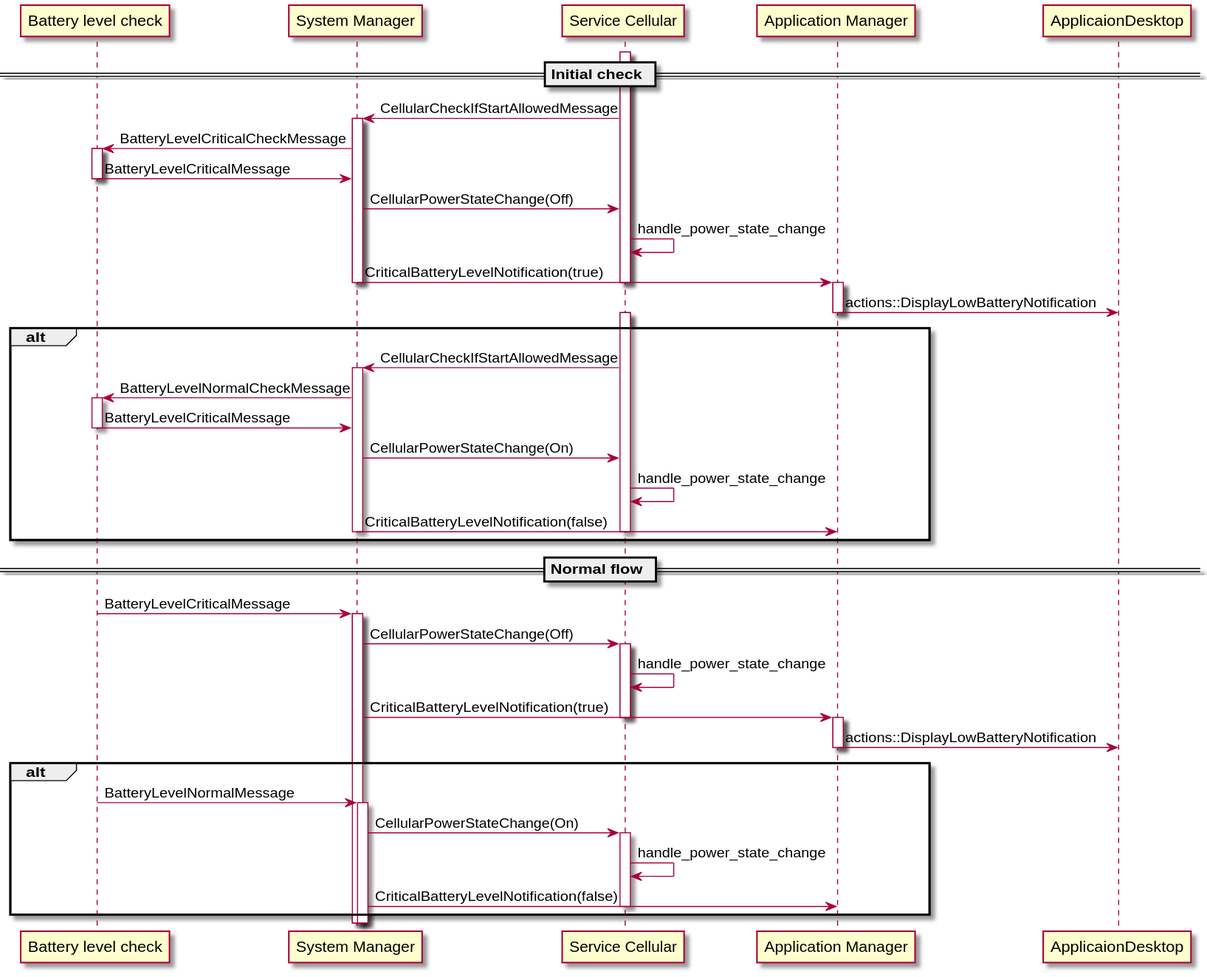
This is module-services/service-cellular/doc/cellular_gsm_onoff_flow.svg from mudita/MuditaOS, a PlantUML export, as it was before one commit.
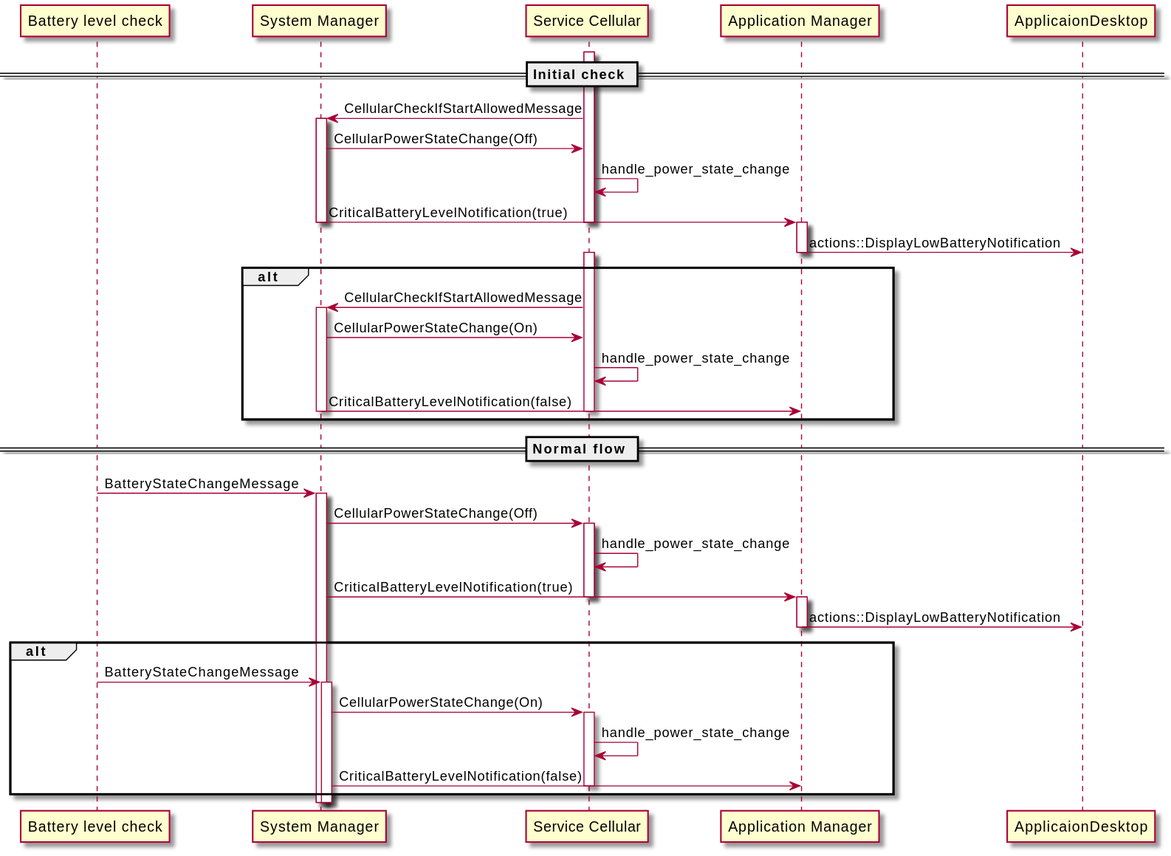
After the change.

The edit, as a diff of the source:
```diff
@@ -11,10 +11,6 @@
     activate cell
     cell -> sysmgr : CellularCheckIfStartAllowedMessage
     activate sysmgr
-    sysmgr -> batt : BatteryLevelCriticalCheckMessage
-    activate batt
-    batt -> sysmgr : BatteryLevelCriticalMessage
-    deactivate batt
     sysmgr -> cell : CellularPowerStateChange(Off)
     cell -> cell : handle_power_state_change
     sysmgr -> appmgr : CriticalBatteryLevelNotification(true)
@@ -27,10 +23,6 @@
     activate cell
     cell -> sysmgr : CellularCheckIfStartAllowedMessage
     activate sysmgr
-    sysmgr -> batt : BatteryLevelNormalCheckMessage
-    activate batt
-    batt -> sysmgr : BatteryLevelCriticalMessage
-    deactivate batt
     sysmgr -> cell : CellularPowerStateChange(On)
     cell -> cell : handle_power_state_change
     sysmgr -> appmgr : CriticalBatteryLevelNotification(false)
@@ -39,7 +31,7 @@
 end
 
 == Normal flow ==
-    batt -> sysmgr : BatteryLevelCriticalMessage
+    batt -> sysmgr : BatteryStateChangeMessage
     activate sysmgr
     sysmgr -> cell : CellularPowerStateChange(Off)
     activate cell
@@ -50,7 +42,7 @@
     appmgr -> appdsktp : actions::DisplayLowBatteryNotification
     deactivate appmgr
 alt
-    batt -> sysmgr : BatteryLevelNormalMessage
+    batt -> sysmgr : BatteryStateChangeMessage
     activate sysmgr
     sysmgr -> cell : CellularPowerStateChange(On)
     activate cell
```
